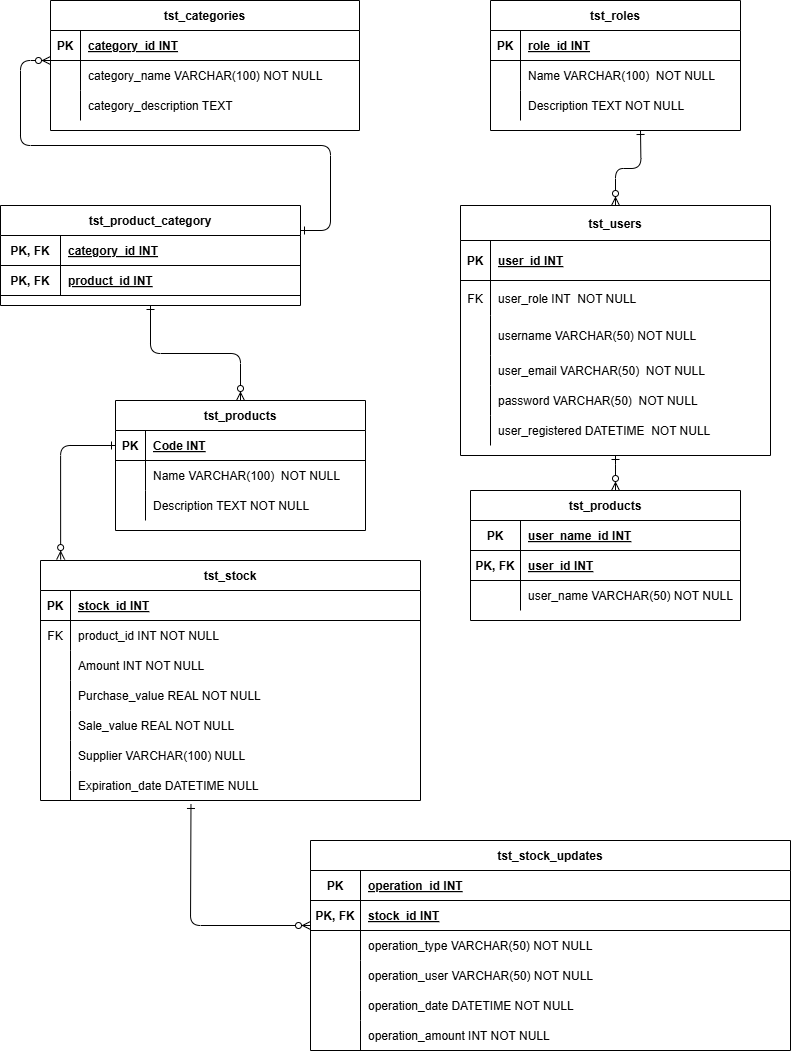
SrSpratt/Desafio.API_camadas keeps this draw.io diagram as DER_Atualizado.png. Above is the earlier version. Source tidied: cells renumbered, new cells last; positions are measured from the earlier drawing's top-left corner, leaving out a move shared by most shapes.
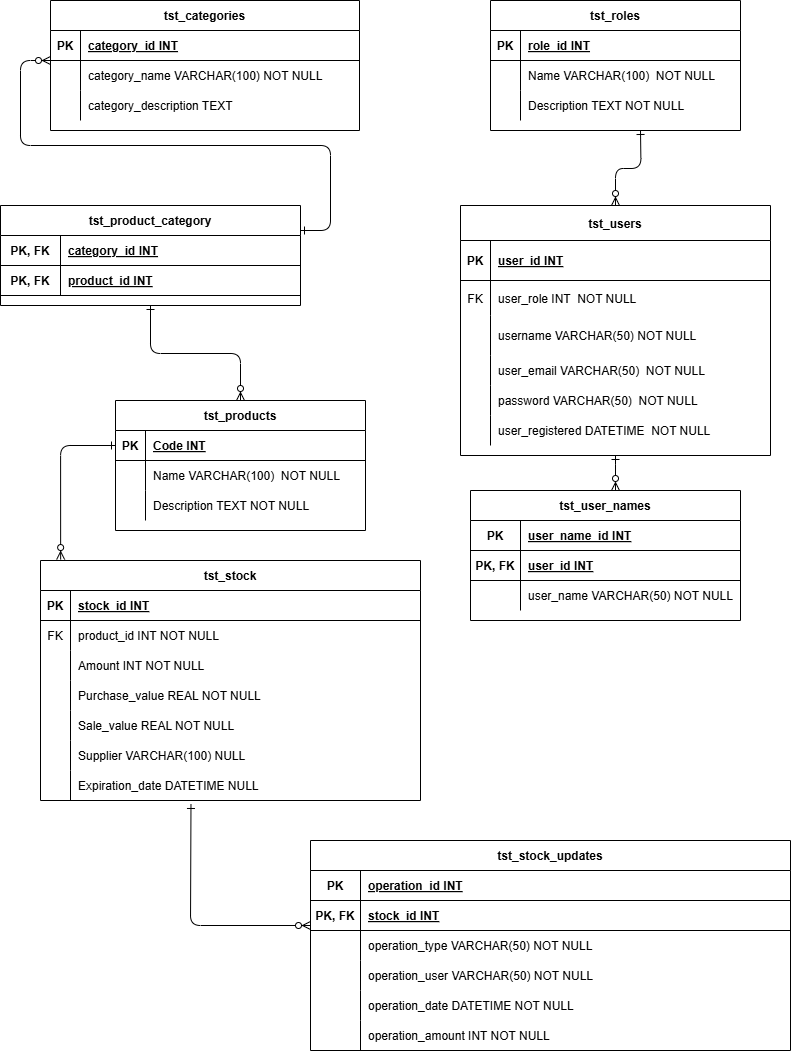
After the commit.

Commit message:
Correção de uma tabela no DER

Change to the diagram source:
```diff
@@ -335,7 +335,7 @@
         <mxPoint x="615" y="490" as="targetPoint" />
       </mxGeometry>
     </mxCell>
-    <mxCell id="105" value="tst_products" style="shape=table;startSize=30;rowLines=0;fontStyle=1;align=center;" parent="1" vertex="1">
+    <mxCell id="105" value="tst_user_names" style="shape=table;startSize=30;rowLines=0;fontStyle=1;align=center;" parent="1" vertex="1">
       <mxGeometry x="470" y="490" width="270" height="130" as="geometry" />
     </mxCell>
     <mxCell id="106" style="shape=partialRectangle;fillColor=none;top=0;left=0;right=0;bottom=1;" parent="105" vertex="1">
```
